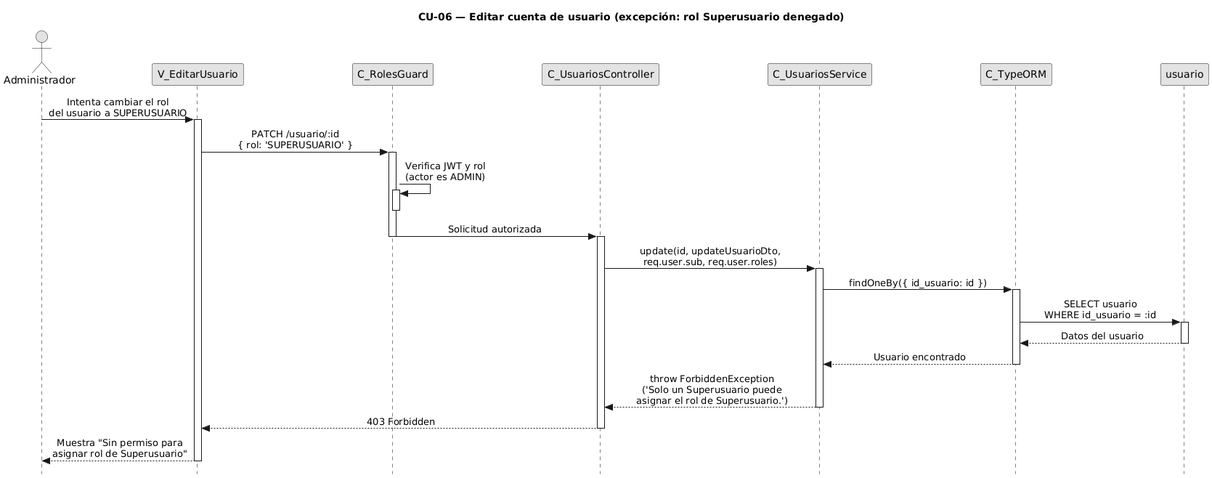
Earlier version of the PlantUML export diagramas-secuencia/CU06/CU06-exc-rol-superusuario-denegado.png (FSM-Finet-y-Cable-Magico/Team_1-Inventario-y-Bodega). The source it was exported from:
```plantuml
@startuml CU06-exc-rol-superusuario-denegado
title CU-06 — Editar cuenta de usuario (excepción: rol Superusuario denegado)

skinparam style strictuml
skinparam monochrome true
skinparam shadowing false
skinparam sequenceMessageAlign center
skinparam ParticipantPadding 70
skinparam ActorPadding 30
skinparam sequence {
  MessageAlign center
  LifeLineBorderColor black
}
hide footbox

actor "Administrador" as user
participant "V_EditarUsuario" as view
participant "C_RolesGuard" as guard
participant "C_UsuariosController" as ctrl
participant "C_UsuariosService" as svc
participant "C_TypeORM" as orm
participant "usuario" as uent

user -> view : Intenta cambiar el rol\ndel usuario a SUPERUSUARIO
activate view

view -> guard : PATCH /usuario/:id\n{ rol: 'SUPERUSUARIO' }
activate guard

guard -> guard : Verifica JWT y rol\n(actor es ADMIN)
activate guard
deactivate guard

guard -> ctrl : Solicitud autorizada
deactivate guard
activate ctrl

ctrl -> svc : update(id, updateUsuarioDto,\nreq.user.sub, req.user.roles)
activate svc

svc -> orm : findOneBy({ id_usuario: id })
activate orm

orm -> uent : SELECT usuario\nWHERE id_usuario = :id
activate uent
uent --> orm : Datos del usuario
deactivate uent

orm --> svc : Usuario encontrado
deactivate orm

svc --> ctrl : throw ForbiddenException\n('Solo un Superusuario puede\nasignar el rol de Superusuario.')
deactivate svc

ctrl --> view : 403 Forbidden
deactivate ctrl

view --> user : Muestra "Sin permiso para\nasignar rol de Superusuario"
deactivate view

@enduml
```
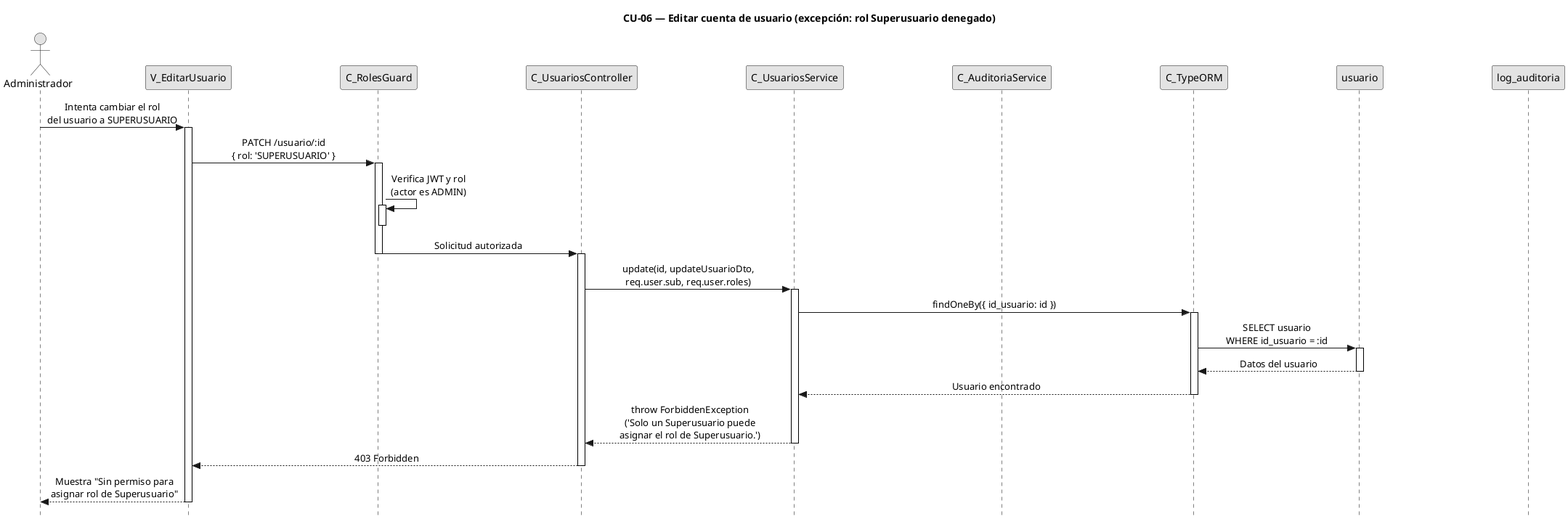
After the commit.

Diff of the diagram source:
```diff
@@ -18,8 +18,10 @@
 participant "C_RolesGuard" as guard
 participant "C_UsuariosController" as ctrl
 participant "C_UsuariosService" as svc
+participant "C_AuditoriaService" as aud
 participant "C_TypeORM" as orm
 participant "usuario" as uent
+participant "log_auditoria" as aent
 
 user -> view : Intenta cambiar el rol\ndel usuario a SUPERUSUARIO
 activate view
```
